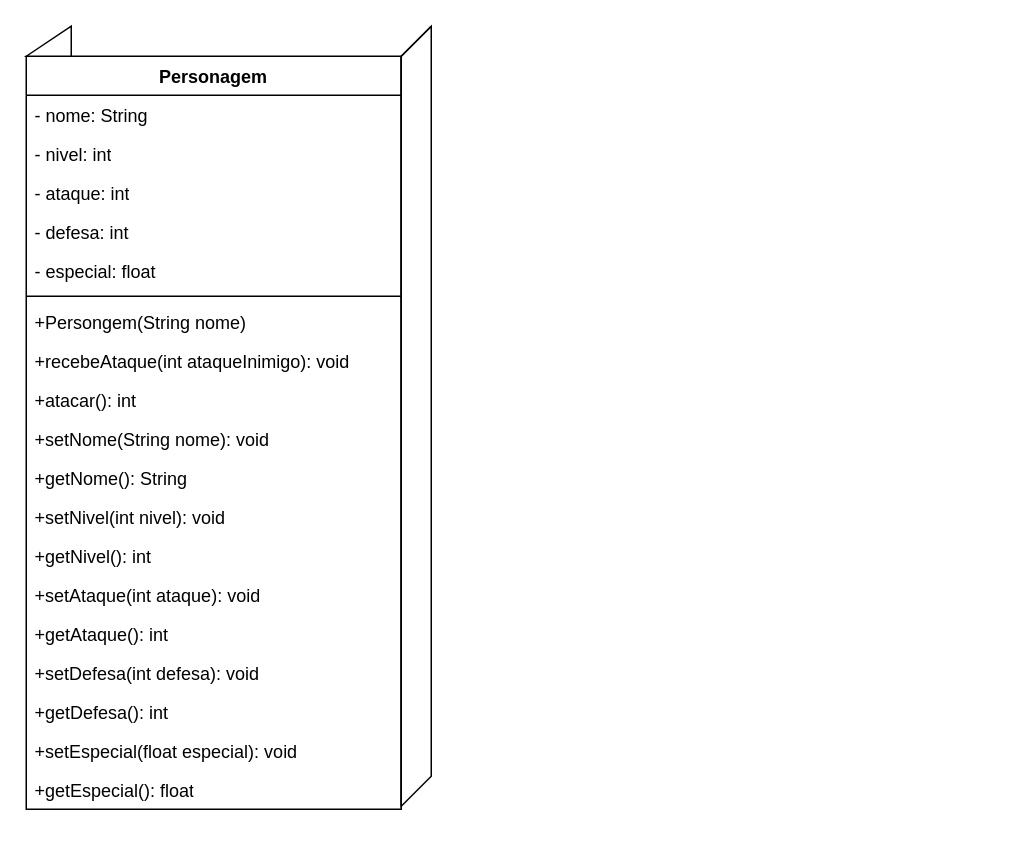
RamonTurek/situacao_alunos keeps this draw.io diagram as Diagrama sem nome.drawio. Above is the earlier version. Source tidied: cells renumbered, new cells numbered last; positions are measured from the earlier drawing's top-left corner, leaving out a move shared by most shapes. Both pictures are drawn from the tidied source at 150%, with x=0, y=0 at pixel (26, 26).
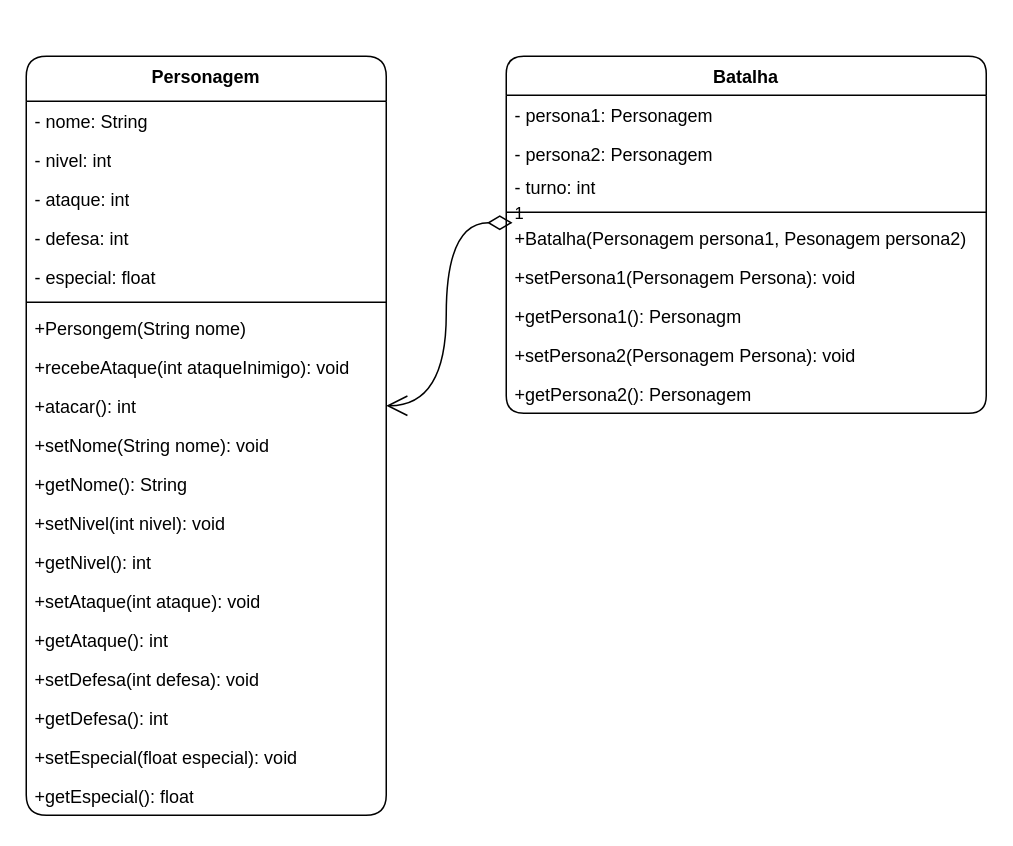
The same diagram, later.

Change to the diagram source:
```diff
@@
-    <mxCell id="2" value="Personagem" style="swimlane;fontStyle=1;align=center;verticalAlign=top;horizontal=1;startSize=26;whiteSpace=wrap;html=1;" parent="1" vertex="1">
-      <mxGeometry y="20" width="250" height="502" as="geometry" />
+    <mxCell id="2" value="Personagem" style="swimlane;fontStyle=1;align=center;verticalAlign=top;horizontal=1;startSize=30;whiteSpace=wrap;html=1;labelBackgroundColor=none;rounded=1;" parent="1" vertex="1">
+      <mxGeometry y="20" width="240" height="506" as="geometry" />
     </mxCell>
-    <mxCell id="3" value="&lt;div style=&quot;text-align: justify;&quot;&gt;&lt;span style=&quot;background-color: initial;&quot;&gt;- nome: String&lt;/span&gt;&lt;/div&gt;" style="text;strokeColor=none;fillColor=none;align=left;verticalAlign=top;spacingLeft=4;spacingRight=4;overflow=hidden;points=[[0,0.5],[1,0.5]];portConstraint=eastwest;whiteSpace=wrap;html=1;" parent="2" vertex="1">
-      <mxGeometry y="26" width="250" height="26" as="geometry" />
+    <mxCell id="3" value="&lt;div style=&quot;text-align: justify;&quot;&gt;&lt;span style=&quot;background-color: initial;&quot;&gt;- nome: String&lt;/span&gt;&lt;/div&gt;" style="text;strokeColor=none;fillColor=none;align=left;verticalAlign=top;spacingLeft=4;spacingRight=4;overflow=hidden;points=[[0,0.5],[1,0.5]];portConstraint=eastwest;whiteSpace=wrap;html=1;labelBackgroundColor=none;rounded=1;" parent="2" vertex="1">
+      <mxGeometry y="30" width="240" height="26" as="geometry" />
     </mxCell>
-    <mxCell id="4" value="- nivel: int" style="text;strokeColor=none;fillColor=none;align=left;verticalAlign=top;spacingLeft=4;spacingRight=4;overflow=hidden;whiteSpace=wrap;html=1;" parent="2" vertex="1">
-      <mxGeometry y="52" width="250" height="26" as="geometry" />
+    <mxCell id="4" value="- nivel: int" style="text;strokeColor=none;fillColor=none;align=left;verticalAlign=top;spacingLeft=4;spacingRight=4;overflow=hidden;whiteSpace=wrap;html=1;labelBackgroundColor=none;rounded=1;" parent="2" vertex="1">
+      <mxGeometry y="56" width="240" height="26" as="geometry" />
     </mxCell>
-    <mxCell id="5" value="- ataque: int" style="text;strokeColor=none;fillColor=none;align=left;verticalAlign=top;spacingLeft=4;spacingRight=4;overflow=hidden;whiteSpace=wrap;html=1;" parent="2" vertex="1">
-      <mxGeometry y="78" width="250" height="26" as="geometry" />
+    <mxCell id="5" value="- ataque: int" style="text;strokeColor=none;fillColor=none;align=left;verticalAlign=top;spacingLeft=4;spacingRight=4;overflow=hidden;whiteSpace=wrap;html=1;labelBackgroundColor=none;rounded=1;" parent="2" vertex="1">
+      <mxGeometry y="82" width="240" height="26" as="geometry" />
     </mxCell>
-    <mxCell id="6" value="- defesa: int" style="text;strokeColor=none;fillColor=none;align=left;verticalAlign=top;spacingLeft=4;spacingRight=4;overflow=hidden;whiteSpace=wrap;html=1;" parent="2" vertex="1">
-      <mxGeometry y="104" width="250" height="26" as="geometry" />
+    <mxCell id="6" value="- defesa: int" style="text;strokeColor=none;fillColor=none;align=left;verticalAlign=top;spacingLeft=4;spacingRight=4;overflow=hidden;whiteSpace=wrap;html=1;labelBackgroundColor=none;rounded=1;" parent="2" vertex="1">
+      <mxGeometry y="108" width="240" height="26" as="geometry" />
     </mxCell>
-    <mxCell id="7" value="- especial: float" style="text;strokeColor=none;fillColor=none;align=left;verticalAlign=top;spacingLeft=4;spacingRight=4;overflow=hidden;whiteSpace=wrap;html=1;" parent="2" vertex="1">
-      <mxGeometry y="130" width="250" height="26" as="geometry" />
+    <mxCell id="7" value="- especial: float" style="text;strokeColor=none;fillColor=none;align=left;verticalAlign=top;spacingLeft=4;spacingRight=4;overflow=hidden;whiteSpace=wrap;html=1;labelBackgroundColor=none;rounded=1;" parent="2" vertex="1">
+      <mxGeometry y="134" width="240" height="26" as="geometry" />
     </mxCell>
-    <mxCell id="8" style="line;strokeWidth=1;fillColor=none;align=left;verticalAlign=middle;spacingTop=-1;spacingLeft=3;spacingRight=3;labelPosition=right;strokeColor=inherit;" parent="2" vertex="1">
-      <mxGeometry y="156" width="250" height="8" as="geometry" />
+    <mxCell id="8" style="line;strokeWidth=1;fillColor=none;align=left;verticalAlign=middle;spacingTop=-1;spacingLeft=3;spacingRight=3;labelPosition=right;labelBackgroundColor=none;rounded=1;" parent="2" vertex="1">
+      <mxGeometry y="160" width="240" height="8" as="geometry" />
     </mxCell>
-    <mxCell id="9" value="+Persongem(String nome)" style="text;strokeColor=none;fillColor=none;align=left;verticalAlign=top;spacingLeft=4;spacingRight=4;overflow=hidden;whiteSpace=wrap;html=1;" parent="2" vertex="1">
-      <mxGeometry y="164" width="250" height="26" as="geometry" />
+    <mxCell id="9" value="+Persongem(String nome)" style="text;strokeColor=none;fillColor=none;align=left;verticalAlign=top;spacingLeft=4;spacingRight=4;overflow=hidden;whiteSpace=wrap;html=1;labelBackgroundColor=none;rounded=1;" parent="2" vertex="1">
+      <mxGeometry y="168" width="240" height="26" as="geometry" />
     </mxCell>
-    <mxCell id="10" value="+recebeAtaque(int ataqueInimigo): void" style="text;strokeColor=none;fillColor=none;align=left;verticalAlign=top;spacingLeft=4;spacingRight=4;overflow=hidden;whiteSpace=wrap;html=1;" parent="2" vertex="1">
-      <mxGeometry y="190" width="250" height="26" as="geometry" />
+    <mxCell id="10" value="+recebeAtaque(int ataqueInimigo): void" style="text;strokeColor=none;fillColor=none;align=left;verticalAlign=top;spacingLeft=4;spacingRight=4;overflow=hidden;whiteSpace=wrap;html=1;labelBackgroundColor=none;rounded=1;" parent="2" vertex="1">
+      <mxGeometry y="194" width="240" height="26" as="geometry" />
     </mxCell>
-    <mxCell id="11" value="+atacar(): int" style="text;strokeColor=none;fillColor=none;align=left;verticalAlign=top;spacingLeft=4;spacingRight=4;overflow=hidden;points=[[0,0.5],[1,0.5]];portConstraint=eastwest;whiteSpace=wrap;html=1;" parent="2" vertex="1">
-      <mxGeometry y="216" width="250" height="26" as="geometry" />
+    <mxCell id="11" value="+atacar(): int" style="text;strokeColor=none;fillColor=none;align=left;verticalAlign=top;spacingLeft=4;spacingRight=4;overflow=hidden;points=[[0,0.5],[1,0.5]];portConstraint=eastwest;whiteSpace=wrap;html=1;labelBackgroundColor=none;rounded=1;" parent="2" vertex="1">
+      <mxGeometry y="220" width="240" height="26" as="geometry" />
     </mxCell>
-    <mxCell id="12" value="+setNome(String nome): void" style="text;strokeColor=none;fillColor=none;align=left;verticalAlign=top;spacingLeft=4;spacingRight=4;overflow=hidden;whiteSpace=wrap;html=1;" parent="2" vertex="1">
-      <mxGeometry y="242" width="250" height="26" as="geometry" />
+    <mxCell id="12" value="+setNome(String nome): void" style="text;strokeColor=none;fillColor=none;align=left;verticalAlign=top;spacingLeft=4;spacingRight=4;overflow=hidden;whiteSpace=wrap;html=1;labelBackgroundColor=none;rounded=1;" parent="2" vertex="1">
+      <mxGeometry y="246" width="240" height="26" as="geometry" />
     </mxCell>
-    <mxCell id="13" value="+getNome(): String" style="text;strokeColor=none;fillColor=none;align=left;verticalAlign=top;spacingLeft=4;spacingRight=4;overflow=hidden;whiteSpace=wrap;html=1;" parent="2" vertex="1">
-      <mxGeometry y="268" width="250" height="26" as="geometry" />
+    <mxCell id="13" value="+getNome(): String" style="text;strokeColor=none;fillColor=none;align=left;verticalAlign=top;spacingLeft=4;spacingRight=4;overflow=hidden;whiteSpace=wrap;html=1;labelBackgroundColor=none;rounded=1;" parent="2" vertex="1">
+      <mxGeometry y="272" width="240" height="26" as="geometry" />
     </mxCell>
-    <mxCell id="14" value="+setNivel(int nivel): void" style="text;strokeColor=none;fillColor=none;align=left;verticalAlign=top;spacingLeft=4;spacingRight=4;overflow=hidden;whiteSpace=wrap;html=1;" parent="2" vertex="1">
-      <mxGeometry y="294" width="250" height="26" as="geometry" />
+    <mxCell id="14" value="+setNivel(int nivel): void" style="text;strokeColor=none;fillColor=none;align=left;verticalAlign=top;spacingLeft=4;spacingRight=4;overflow=hidden;whiteSpace=wrap;html=1;labelBackgroundColor=none;rounded=1;" parent="2" vertex="1">
+      <mxGeometry y="298" width="240" height="26" as="geometry" />
     </mxCell>
-    <mxCell id="15" value="+getNivel(): int" style="text;strokeColor=none;fillColor=none;align=left;verticalAlign=top;spacingLeft=4;spacingRight=4;overflow=hidden;whiteSpace=wrap;html=1;" parent="2" vertex="1">
-      <mxGeometry y="320" width="250" height="26" as="geometry" />
+    <mxCell id="15" value="+getNivel(): int" style="text;strokeColor=none;fillColor=none;align=left;verticalAlign=top;spacingLeft=4;spacingRight=4;overflow=hidden;whiteSpace=wrap;html=1;labelBackgroundColor=none;rounded=1;" parent="2" vertex="1">
+      <mxGeometry y="324" width="240" height="26" as="geometry" />
     </mxCell>
-    <mxCell id="16" value="+setAtaque(int ataque): void" style="text;strokeColor=none;fillColor=none;align=left;verticalAlign=top;spacingLeft=4;spacingRight=4;overflow=hidden;whiteSpace=wrap;html=1;" parent="2" vertex="1">
-      <mxGeometry y="346" width="250" height="26" as="geometry" />
+    <mxCell id="16" value="+setAtaque(int ataque): void" style="text;strokeColor=none;fillColor=none;align=left;verticalAlign=top;spacingLeft=4;spacingRight=4;overflow=hidden;whiteSpace=wrap;html=1;labelBackgroundColor=none;rounded=1;" parent="2" vertex="1">
+      <mxGeometry y="350" width="240" height="26" as="geometry" />
     </mxCell>
-    <mxCell id="17" value="+getAtaque(): int" style="text;strokeColor=none;fillColor=none;align=left;verticalAlign=top;spacingLeft=4;spacingRight=4;overflow=hidden;whiteSpace=wrap;html=1;" parent="2" vertex="1">
-      <mxGeometry y="372" width="250" height="26" as="geometry" />
+    <mxCell id="17" value="+getAtaque(): int" style="text;strokeColor=none;fillColor=none;align=left;verticalAlign=top;spacingLeft=4;spacingRight=4;overflow=hidden;whiteSpace=wrap;html=1;labelBackgroundColor=none;rounded=1;" parent="2" vertex="1">
+      <mxGeometry y="376" width="240" height="26" as="geometry" />
     </mxCell>
-    <mxCell id="18" value="+setDefesa(int defesa): void" style="text;strokeColor=none;fillColor=none;align=left;verticalAlign=top;spacingLeft=4;spacingRight=4;overflow=hidden;whiteSpace=wrap;html=1;" parent="2" vertex="1">
-      <mxGeometry y="398" width="250" height="26" as="geometry" />
+    <mxCell id="18" value="+setDefesa(int defesa): void" style="text;strokeColor=none;fillColor=none;align=left;verticalAlign=top;spacingLeft=4;spacingRight=4;overflow=hidden;whiteSpace=wrap;html=1;labelBackgroundColor=none;rounded=1;" parent="2" vertex="1">
+      <mxGeometry y="402" width="240" height="26" as="geometry" />
     </mxCell>
-    <mxCell id="19" value="+getDefesa(): int" style="text;strokeColor=none;fillColor=none;align=left;verticalAlign=top;spacingLeft=4;spacingRight=4;overflow=hidden;whiteSpace=wrap;html=1;" parent="2" vertex="1">
-      <mxGeometry y="424" width="250" height="26" as="geometry" />
+    <mxCell id="19" value="+getDefesa(): int" style="text;strokeColor=none;fillColor=none;align=left;verticalAlign=top;spacingLeft=4;spacingRight=4;overflow=hidden;whiteSpace=wrap;html=1;labelBackgroundColor=none;rounded=1;" parent="2" vertex="1">
+      <mxGeometry y="428" width="240" height="26" as="geometry" />
     </mxCell>
-    <mxCell id="20" value="+setEspecial(float especial): void" style="text;strokeColor=none;fillColor=none;align=left;verticalAlign=top;spacingLeft=4;spacingRight=4;overflow=hidden;whiteSpace=wrap;html=1;" parent="2" vertex="1">
-      <mxGeometry y="450" width="250" height="26" as="geometry" />
+    <mxCell id="20" value="+setEspecial(float especial): void" style="text;strokeColor=none;fillColor=none;align=left;verticalAlign=top;spacingLeft=4;spacingRight=4;overflow=hidden;whiteSpace=wrap;html=1;labelBackgroundColor=none;rounded=1;" parent="2" vertex="1">
+      <mxGeometry y="454" width="240" height="26" as="geometry" />
     </mxCell>
-    <mxCell id="21" value="+getEspecial(): float" style="text;strokeColor=none;fillColor=none;align=left;verticalAlign=top;spacingLeft=4;spacingRight=4;overflow=hidden;whiteSpace=wrap;html=1;" parent="2" vertex="1">
-      <mxGeometry y="476" width="250" height="26" as="geometry" />
+    <mxCell id="21" value="+getEspecial(): float" style="text;strokeColor=none;fillColor=none;align=left;verticalAlign=top;spacingLeft=4;spacingRight=4;overflow=hidden;whiteSpace=wrap;html=1;labelBackgroundColor=none;rounded=1;" parent="2" vertex="1">
+      <mxGeometry y="480" width="240" height="26" as="geometry" />
     </mxCell>
-    <mxCell id="22" style="verticalAlign=top;align=left;spacingTop=8;spacingLeft=2;spacingRight=12;shape=cube;size=20;direction=south;fontStyle=4;html=1;whiteSpace=wrap;" parent="1" vertex="1">
-      <mxGeometry x="250" width="20" height="520" as="geometry" />
-    </mxCell>
-    <mxCell id="23" style="shape=manualInput;whiteSpace=wrap;html=1;" parent="1" vertex="1">
-      <mxGeometry width="30" height="20" as="geometry" />
-    </mxCell>
+    <mxCell id="24" style="edgeStyle=orthogonalEdgeStyle;rounded=1;orthogonalLoop=1;jettySize=auto;html=1;exitX=1;exitY=0.5;exitDx=0;exitDy=0;labelBackgroundColor=none;fontColor=default;" parent="2" edge="1" source="3" target="3">
+      <mxGeometry relative="1" as="geometry" />
+    </mxCell>
+    <mxCell id="25" value="&lt;b&gt;Batalha&lt;/b&gt;" style="swimlane;fontStyle=1;align=center;verticalAlign=top;horizontal=1;startSize=26;whiteSpace=wrap;html=1;labelBackgroundColor=none;rounded=1;" parent="1" vertex="1">
+      <mxGeometry x="320" y="20" width="320" height="238" as="geometry" />
+    </mxCell>
+    <mxCell id="26" value="- persona1: Personagem" style="text;strokeColor=none;fillColor=none;align=left;verticalAlign=top;spacingLeft=4;spacingRight=4;overflow=hidden;whiteSpace=wrap;html=1;labelBackgroundColor=none;rounded=1;" parent="25" vertex="1">
+      <mxGeometry y="26" width="320" height="26" as="geometry" />
+    </mxCell>
+    <mxCell id="27" value="- persona2: Personagem" style="text;strokeColor=none;fillColor=none;align=left;verticalAlign=top;spacingLeft=4;spacingRight=4;overflow=hidden;whiteSpace=wrap;html=1;labelBackgroundColor=none;rounded=1;" parent="25" vertex="1">
+      <mxGeometry y="52" width="320" height="22" as="geometry" />
+    </mxCell>
+    <mxCell id="28" value="- turno: int" style="text;strokeColor=none;fillColor=none;align=left;verticalAlign=top;spacingLeft=4;spacingRight=4;overflow=hidden;whiteSpace=wrap;html=1;labelBackgroundColor=none;rounded=1;" parent="25" vertex="1">
+      <mxGeometry y="74" width="320" height="26" as="geometry" />
+    </mxCell>
+    <mxCell id="29" style="line;strokeWidth=1;fillColor=none;align=left;verticalAlign=middle;spacingTop=-1;spacingLeft=3;spacingRight=3;labelPosition=right;labelBackgroundColor=none;rounded=1;" parent="25" vertex="1">
+      <mxGeometry y="100" width="320" height="8" as="geometry" />
+    </mxCell>
+    <mxCell id="30" value="+Batalha(Personagem persona1, Pesonagem persona2)" style="text;strokeColor=none;fillColor=none;align=left;verticalAlign=top;spacingLeft=4;spacingRight=4;overflow=hidden;points=[[0,0.5],[1,0.5]];portConstraint=eastwest;whiteSpace=wrap;html=1;labelBackgroundColor=none;rounded=1;" parent="25" vertex="1">
+      <mxGeometry y="108" width="320" height="26" as="geometry" />
+    </mxCell>
+    <mxCell id="31" value="+setPersona1(Personagem Persona): void" style="text;strokeColor=none;fillColor=none;align=left;verticalAlign=top;spacingLeft=4;spacingRight=4;overflow=hidden;whiteSpace=wrap;html=1;labelBackgroundColor=none;rounded=1;" parent="25" vertex="1">
+      <mxGeometry y="134" width="320" height="26" as="geometry" />
+    </mxCell>
+    <mxCell id="32" value="+getPersona1(): Personagm" style="text;strokeColor=none;fillColor=none;align=left;verticalAlign=top;spacingLeft=4;spacingRight=4;overflow=hidden;whiteSpace=wrap;html=1;labelBackgroundColor=none;rounded=1;" parent="25" vertex="1">
+      <mxGeometry y="160" width="320" height="26" as="geometry" />
+    </mxCell>
+    <mxCell id="33" value="+setPersona2(Personagem Persona): void" style="text;strokeColor=none;fillColor=none;align=left;verticalAlign=top;spacingLeft=4;spacingRight=4;overflow=hidden;whiteSpace=wrap;html=1;labelBackgroundColor=none;rounded=1;" parent="25" vertex="1">
+      <mxGeometry y="186" width="320" height="26" as="geometry" />
+    </mxCell>
+    <mxCell id="34" value="+getPersona2(): Personagem" style="text;strokeColor=none;fillColor=none;align=left;verticalAlign=top;spacingLeft=4;spacingRight=4;overflow=hidden;whiteSpace=wrap;html=1;labelBackgroundColor=none;rounded=1;" parent="25" vertex="1">
+      <mxGeometry y="212" width="320" height="26" as="geometry" />
+    </mxCell>
+    <mxCell id="35" value="1" style="endArrow=open;html=1;endSize=12;startArrow=diamondThin;startSize=14;startFill=0;edgeStyle=orthogonalEdgeStyle;align=left;verticalAlign=bottom;rounded=1;labelBackgroundColor=none;fontColor=default;entryX=1;entryY=0.5;entryDx=0;entryDy=0;exitX=0.013;exitY=0.115;exitDx=0;exitDy=0;exitPerimeter=0;curved=1;" parent="1" edge="1" source="30" target="11">
+      <mxGeometry x="-1" y="3" relative="1" as="geometry" />
+    </mxCell>
```
